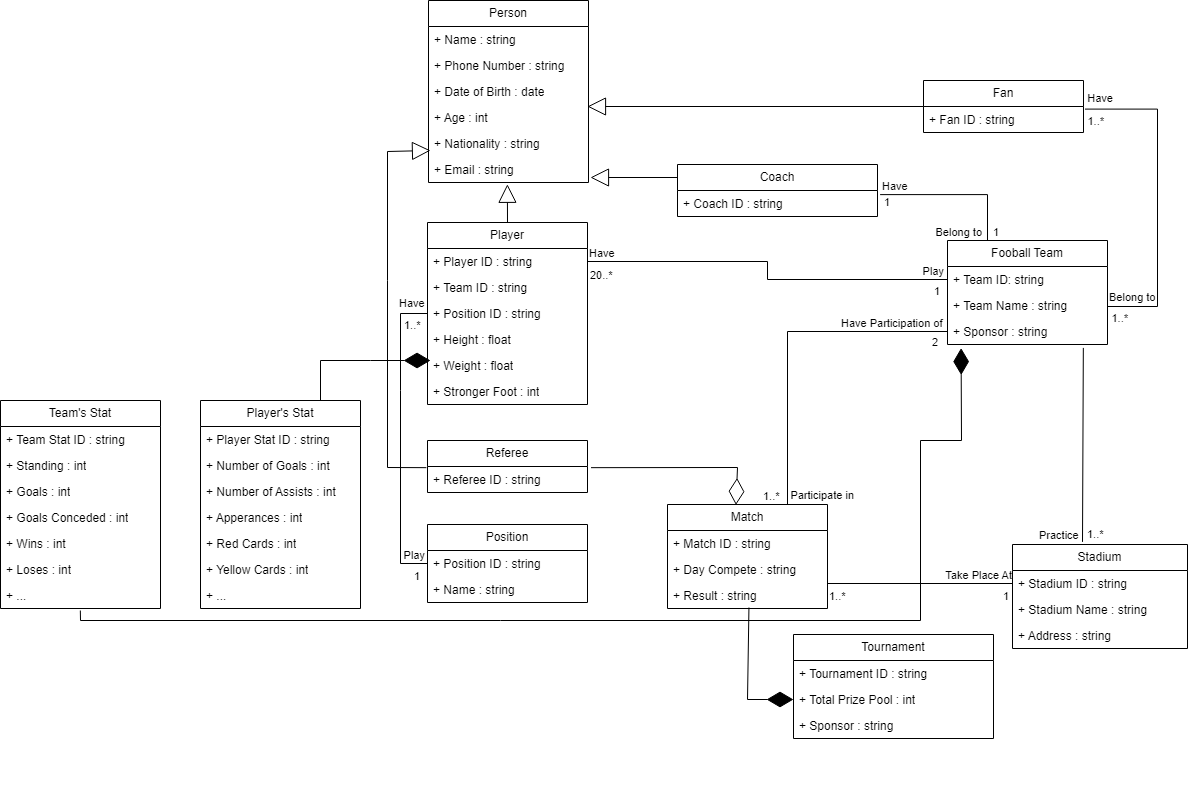
Earlier version of the draw.io export Đồ án/Class Diagram/Tiếng Anh/Class Diagram.png (LukasAbraham/SE104.N24.CLC). Source tidied: cells renumbered, new cells last; positions are measured from the earlier drawing's top-left corner, leaving out a move shared by most shapes.
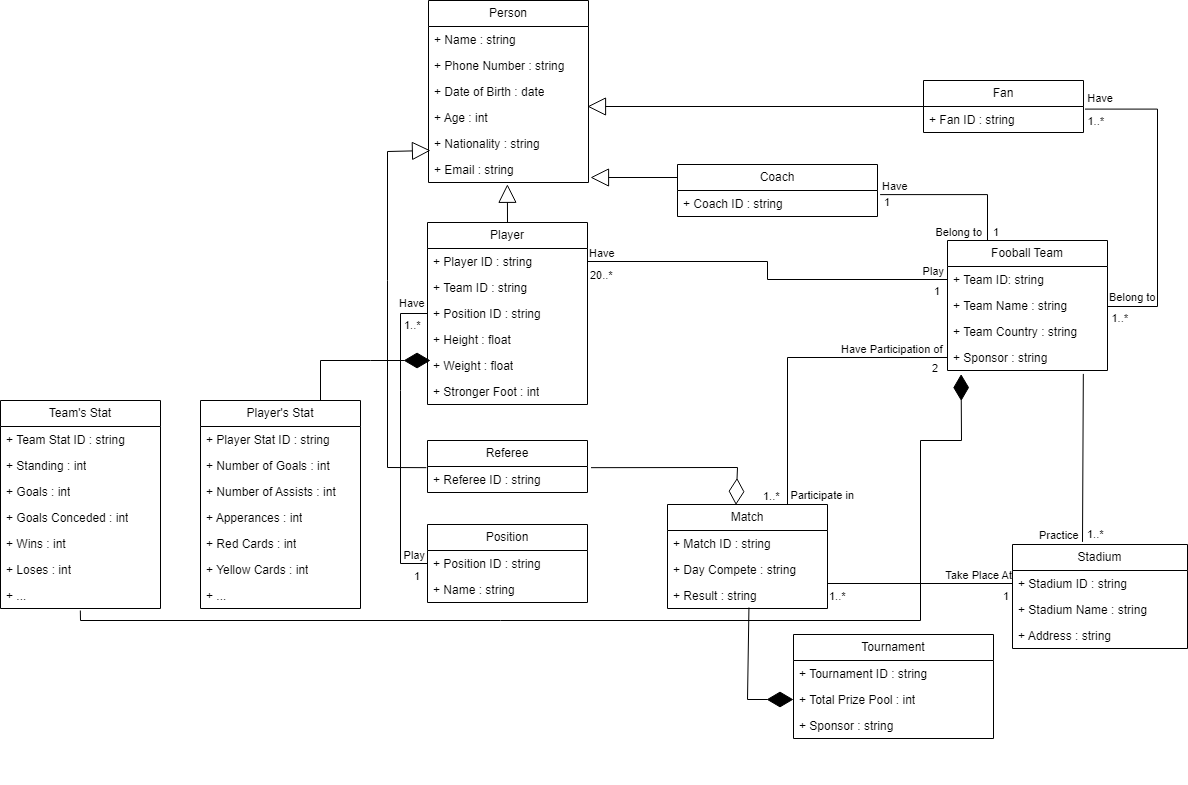
After the commit.

The edit, as a diff of the source:
```diff
@@ -24,7 +24,7 @@
       <mxGeometry y="156" width="160" height="26" as="geometry" />
     </mxCell>
     <mxCell id="9" value="Fooball Team" style="swimlane;fontStyle=0;horizontal=1;startSize=26;fillColor=none;whiteSpace=wrap;html=1;" parent="1" vertex="1">
-      <mxGeometry x="947" y="240" width="160" height="104" as="geometry" />
+      <mxGeometry x="947" y="240" width="160" height="130" as="geometry" />
     </mxCell>
     <mxCell id="10" value="&lt;span&gt;+ Team ID: string&lt;/span&gt;" style="text;strokeColor=none;fillColor=none;align=left;verticalAlign=top;spacingLeft=4;spacingRight=4;overflow=hidden;points=[[0,0.5],[1,0.5]];portConstraint=eastwest;whiteSpace=wrap;html=1;fontStyle=0;" parent="9" vertex="1">
       <mxGeometry y="26" width="160" height="26" as="geometry" />
@@ -32,8 +32,11 @@
     <mxCell id="11" value="+ Team Name : string" style="text;strokeColor=none;fillColor=none;align=left;verticalAlign=top;spacingLeft=4;spacingRight=4;overflow=hidden;points=[[0,0.5],[1,0.5]];portConstraint=eastwest;whiteSpace=wrap;html=1;fontStyle=0;" parent="9" vertex="1">
       <mxGeometry y="52" width="160" height="26" as="geometry" />
     </mxCell>
+    <mxCell id="97" value="+ Team Country : string" style="text;strokeColor=none;fillColor=none;align=left;verticalAlign=top;spacingLeft=4;spacingRight=4;overflow=hidden;whiteSpace=wrap;html=1;fontStyle=0;" parent="9" vertex="1">
+      <mxGeometry y="78" width="160" height="26" as="geometry" />
+    </mxCell>
     <mxCell id="12" value="+ Sponsor : string" style="text;strokeColor=none;fillColor=none;align=left;verticalAlign=top;spacingLeft=4;spacingRight=4;overflow=hidden;points=[[0,0.5],[1,0.5]];portConstraint=eastwest;whiteSpace=wrap;html=1;fontStyle=0;" parent="9" vertex="1">
-      <mxGeometry y="78" width="160" height="26" as="geometry" />
+      <mxGeometry y="104" width="160" height="26" as="geometry" />
     </mxCell>
     <mxCell id="13" value="Stadium" style="swimlane;fontStyle=0;horizontal=1;startSize=26;fillColor=none;whiteSpace=wrap;html=1;" parent="1" vertex="1">
       <mxGeometry x="1012" y="544" width="175" height="104" as="geometry" />
@@ -251,7 +254,7 @@
       <mxGeometry x="761" y="504" as="geometry" />
     </mxCell>
     <mxCell id="67" value="2" style="edgeLabel;html=1;align=right;verticalAlign=bottom;" parent="1" vertex="1">
-      <mxGeometry x="932" y="530" as="geometry">
+      <mxGeometry x="932" y="556" as="geometry">
         <mxPoint x="6" y="-180" as="offset" />
       </mxGeometry>
     </mxCell>
```
